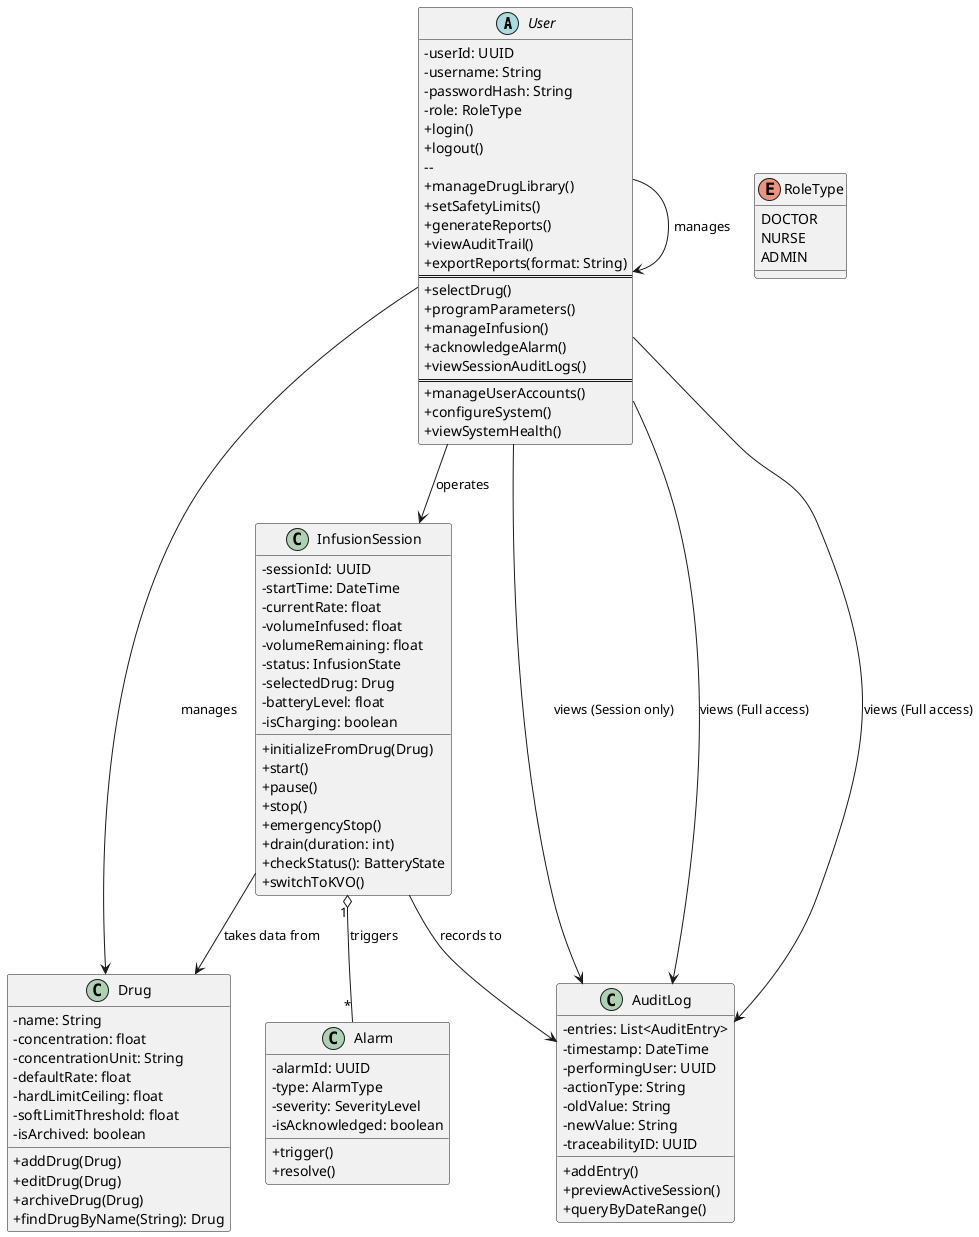
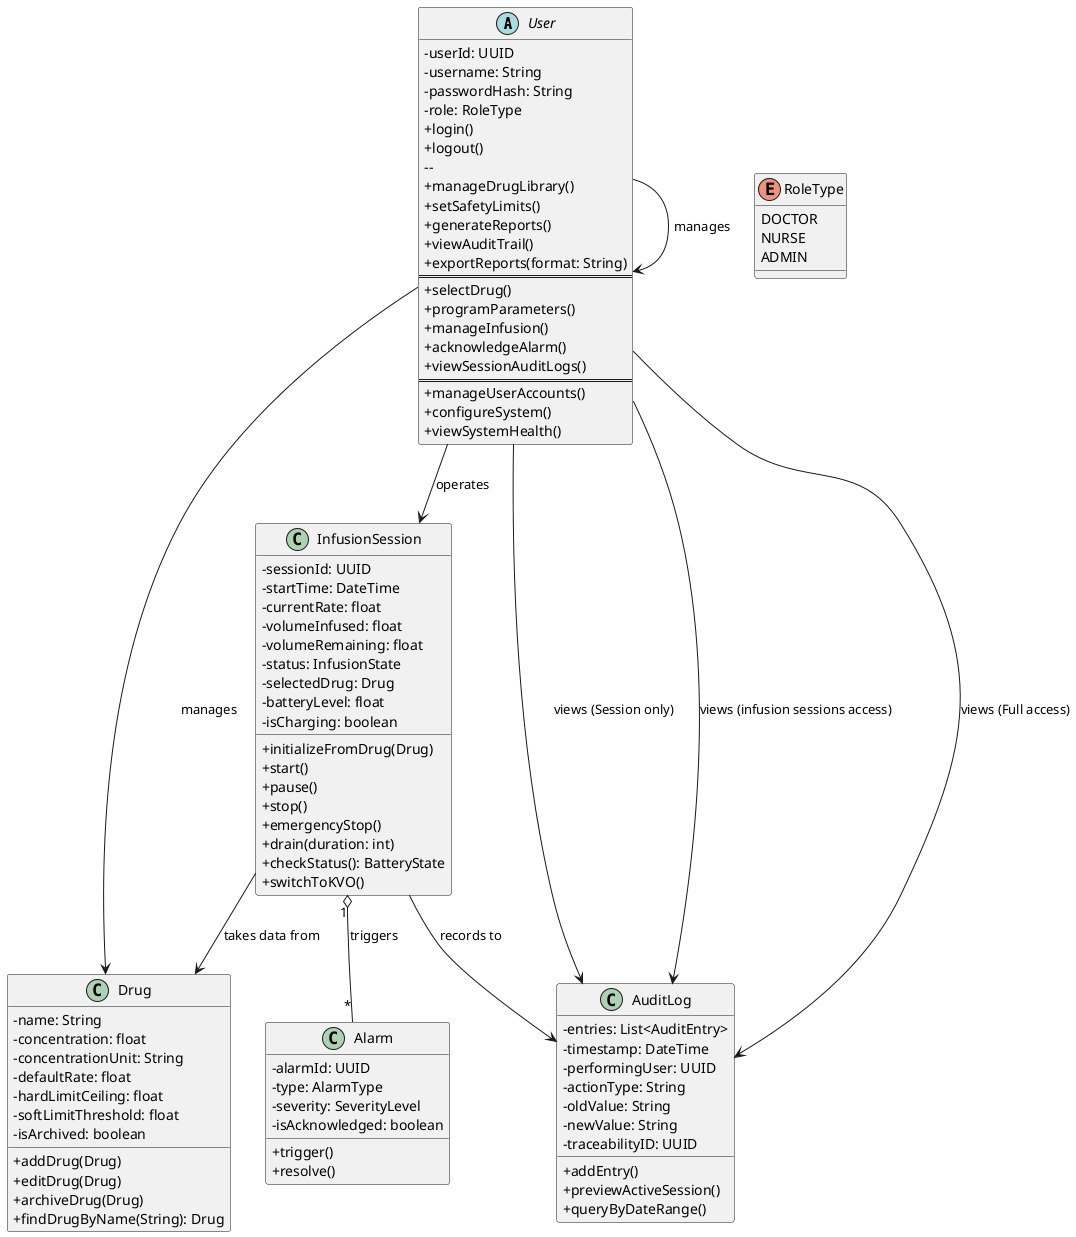
@startuml
skinparam classAttributeIconSize 0

' --- User Management & RBAC (F-A-01, S-ALL-01) ---
abstract class User {
  -userId: UUID
  -username: String
  -passwordHash: String
  -role: RoleType
  +login()
  +logout()
    --
  ' Doctor-specific functions
  +manageDrugLibrary()
  +setSafetyLimits()
  +generateReports()
  +viewAuditTrail()
  +exportReports(format: String)
  ==
  ' Nurse-specific functions
  +selectDrug()
  +programParameters()
  +manageInfusion()
  +acknowledgeAlarm()
  +viewSessionAuditLogs()
  ==
  ' Admin-specific functions
  +manageUserAccounts()
  +configureSystem()
  +viewSystemHealth()
}

enum RoleType {
  DOCTOR
  NURSE
  ADMIN
}


' --- Drug Library & Safety (F-D-01, F-D-02, SF-D-01) ---
class Drug {
  -name: String
  -concentration: float
  -concentrationUnit: String
  -defaultRate: float
  -hardLimitCeiling: float
  -softLimitThreshold: float
  -isArchived: boolean
  +addDrug(Drug)
  +editDrug(Drug)
  +archiveDrug(Drug)
  +findDrugByName(String): Drug

}

' --- Infusion & Simulation (F-N-04, F-N-06, SF-N-05) ---
class InfusionSession {
  -sessionId: UUID
  -startTime: DateTime
  -currentRate: float
  -volumeInfused: float
  -volumeRemaining: float
  -status: InfusionState
  -selectedDrug: Drug
  -batteryLevel: float
  -isCharging: boolean
  +initializeFromDrug(Drug)
  +start()
  +pause()
  +stop()
  +emergencyStop()
  +drain(duration: int)
  +checkStatus(): BatteryState
  +switchToKVO()
}

' --- Alarms & Safety Logic (F-N-07, SF-N-03) ---
class Alarm {
  -alarmId: UUID
  -type: AlarmType
  -severity: SeverityLevel
  -isAcknowledged: boolean
  +trigger()
  +resolve()
}

class AuditLog {
  ' Immutable Audit Trail (S-D-02, F-D-05)
  -entries: List<AuditEntry>
  -timestamp: DateTime
  -performingUser: UUID
  -actionType: String
  -oldValue: String
  -newValue: String
  -traceabilityID: UUID
  +addEntry()
  +previewActiveSession()
  +queryByDateRange()
}


' Doctor governs Drug (F-D-01)
User --> Drug : manages

' Nurse operates InfusionSession (F-N-04)
User --> InfusionSession : operates

User --> AuditLog : views (Session only)

InfusionSession "1" o-- "*" Alarm : triggers

InfusionSession --> Drug : "takes data from"

' Logging Relations (S-D-02, S-N-03)
InfusionSession --> AuditLog : records to
- User --> AuditLog : views (Full access)
+ User --> AuditLog : views (infusion sessions access)
User --> AuditLog : views (Full access)

' Admin manages Users (F-A-01)
User --> User : manages

@enduml